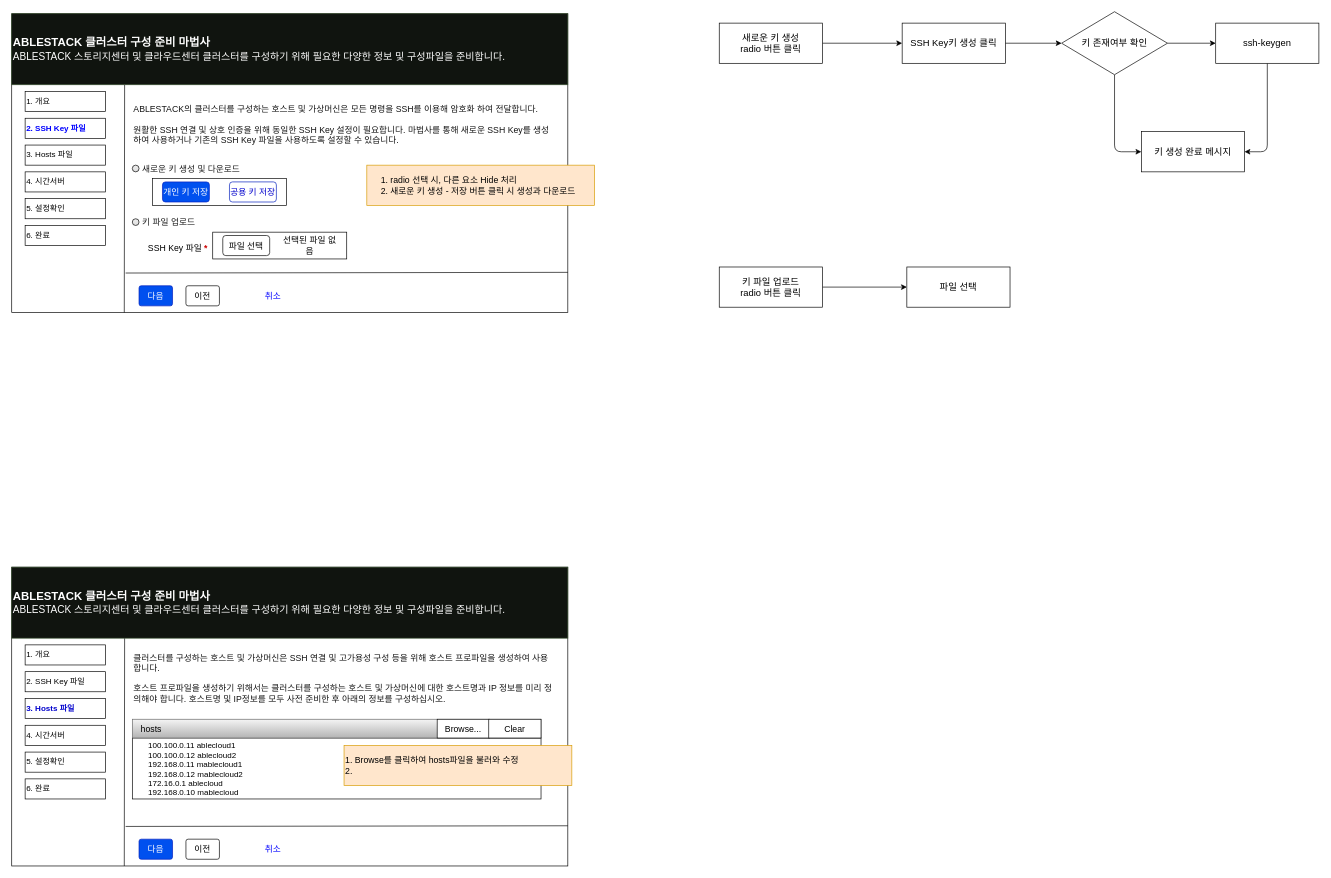
This is development-cockpit-hw.drawio from stardom3645/wiki, a draw.io file, before an edit. Source tidied: cells renumbered, new cells numbered last; positions are measured from the earlier drawing's top-left corner, leaving out a move shared by most shapes. Both pictures are drawn from the tidied source at 67%, with x=0, y=0 at pixel (11, 11).
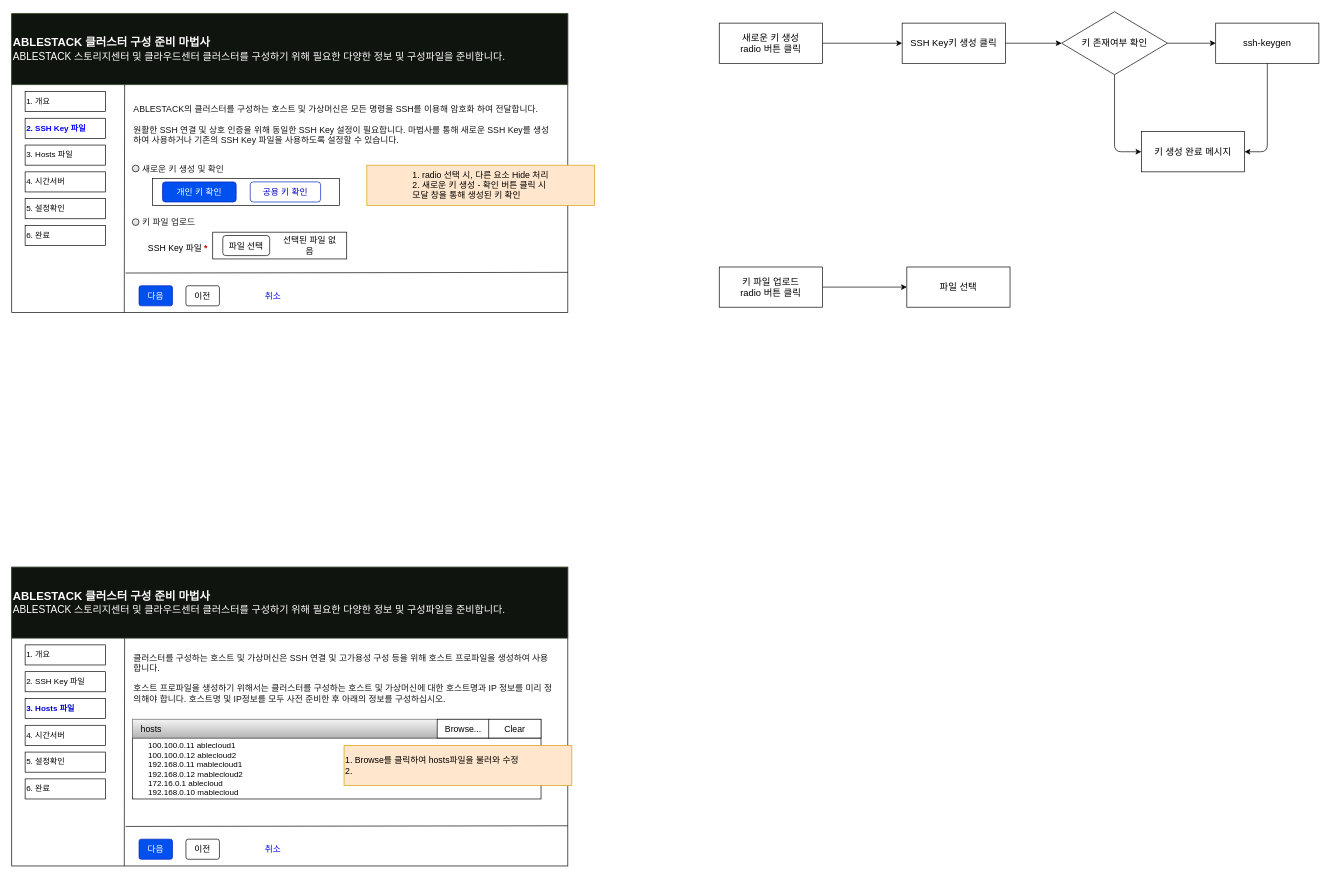
The same page after the edit.

Diff of the diagram source:
```diff
@@
-    <mxCell id="13" value="새로운 키 생성 및 다운로드" style="html=1;shadow=0;dashed=0;shape=mxgraph.bootstrap.radioButton2;labelPosition=right;verticalLabelPosition=middle;align=left;verticalAlign=middle;gradientColor=#DEDEDE;fillColor=#EDEDED;checked=0;spacing=5;checkedFill=#0085FC;checkedStroke=#ffffff;labelBackgroundColor=#ffffff;fontSize=13;fontColor=#1C1C1C;" parent="1" vertex="1">
+    <mxCell id="13" value="새로운 키 생성 및 확인" style="html=1;shadow=0;dashed=0;shape=mxgraph.bootstrap.radioButton2;labelPosition=right;verticalLabelPosition=middle;align=left;verticalAlign=middle;gradientColor=#DEDEDE;fillColor=#EDEDED;checked=0;spacing=5;checkedFill=#0085FC;checkedStroke=#ffffff;labelBackgroundColor=#ffffff;fontSize=13;fontColor=#1C1C1C;" parent="1" vertex="1">
       <mxGeometry x="180" y="229" width="10" height="10" as="geometry" />
     </mxCell>
@@
     <mxCell id="15" style="rounded=0;whiteSpace=wrap;html=1;labelBackgroundColor=none;fontSize=13;align=left;labelBorderColor=none;" parent="1" vertex="1">
-      <mxGeometry x="210" y="249" width="200" height="40" as="geometry" />
+      <mxGeometry x="210" y="249" width="279" height="40" as="geometry" />
     </mxCell>
-    <mxCell id="16" value="개인 키 저장" style="rounded=1;whiteSpace=wrap;html=1;labelBackgroundColor=none;strokeColor=#001DBC;fillColor=#0050ef;fontSize=13;fontColor=#ffffff;align=center;" parent="1" vertex="1">
-      <mxGeometry x="225" y="254" width="70" height="30" as="geometry" />
+    <mxCell id="16" value="개인 키 확인" style="rounded=1;whiteSpace=wrap;html=1;labelBackgroundColor=none;strokeColor=#001DBC;fillColor=#0050ef;fontSize=13;fontColor=#ffffff;align=center;" parent="1" vertex="1">
+      <mxGeometry x="225" y="254" width="110" height="30" as="geometry" />
     </mxCell>
-    <mxCell id="17" value="공용 키 저장" style="rounded=1;whiteSpace=wrap;html=1;labelBackgroundColor=none;strokeColor=#001DBC;fontSize=13;align=center;fillColor=#FFFFFF;fontColor=#0000CC;" parent="1" vertex="1">
-      <mxGeometry x="325" y="254" width="70" height="30" as="geometry" />
+    <mxCell id="17" value="공용 키 확인" style="rounded=1;whiteSpace=wrap;html=1;labelBackgroundColor=none;strokeColor=#001DBC;fontSize=13;align=center;fillColor=#FFFFFF;fontColor=#0000CC;" parent="1" vertex="1">
+      <mxGeometry x="356" y="254" width="105" height="30" as="geometry" />
     </mxCell>
@@
-    <mxCell id="22" value="&lt;div style=&quot;text-align: left&quot;&gt;&lt;span&gt;1. radio 선택 시, 다른 요소 Hide 처리&lt;/span&gt;&lt;/div&gt;&lt;span&gt;&lt;div style=&quot;text-align: left&quot;&gt;&lt;span&gt;2. 새로운 키 생성 - 저장 버튼 클릭 시 생성과 다운로드&amp;nbsp;&amp;nbsp;&lt;/span&gt;&lt;/div&gt;&lt;/span&gt;" style="rounded=0;whiteSpace=wrap;html=1;labelBackgroundColor=none;strokeColor=#d79b00;fillColor=#ffe6cc;fontSize=13;align=center;" parent="1" vertex="1">
+    <mxCell id="22" value="&lt;div style=&quot;text-align: left&quot;&gt;&lt;span&gt;1. radio 선택 시, 다른 요소 Hide 처리&lt;/span&gt;&lt;/div&gt;&lt;span&gt;&lt;div style=&quot;text-align: left&quot;&gt;&lt;span&gt;2. 새로운 키 생성 - 확인 버튼 클릭 시 &lt;br&gt;모달 창을 통해 생성된 키 확인&amp;nbsp;&amp;nbsp;&lt;/span&gt;&lt;/div&gt;&lt;/span&gt;" style="rounded=0;whiteSpace=wrap;html=1;labelBackgroundColor=none;strokeColor=#d79b00;fillColor=#ffe6cc;fontSize=13;align=center;" parent="1" vertex="1">
       <mxGeometry x="530" y="229" width="340" height="60" as="geometry" />
     </mxCell>
```
